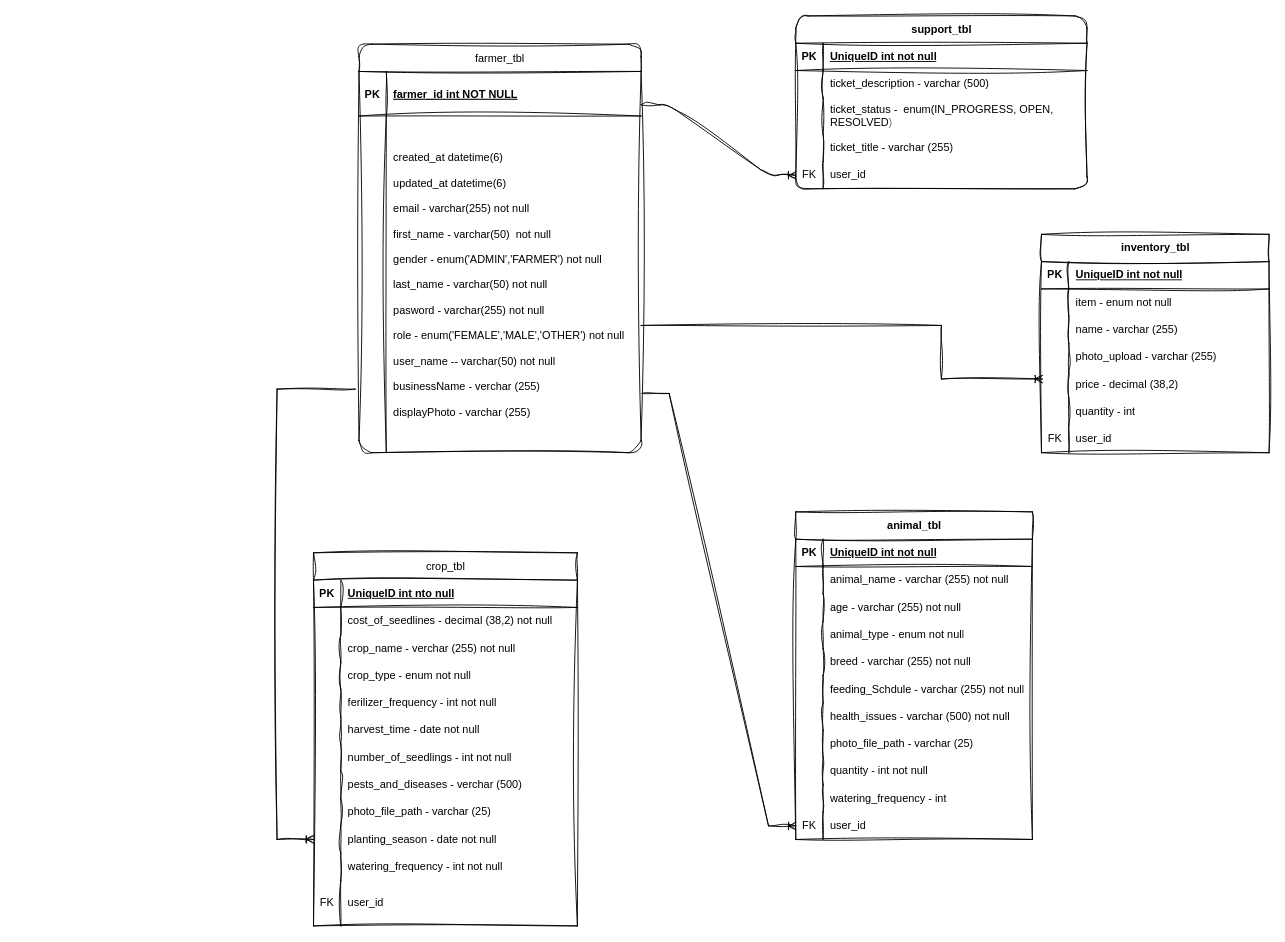
Earlier version of the draw.io diagram ER Diagram.drawio (simon200ok/ifarmer-app). Source tidied: cells renumbered, new cells numbered last; positions are measured from the earlier drawing's top-left corner, leaving out a move shared by most shapes. Both pictures are drawn from the tidied source at 91%, with x=0, y=0 at pixel (277, 15).
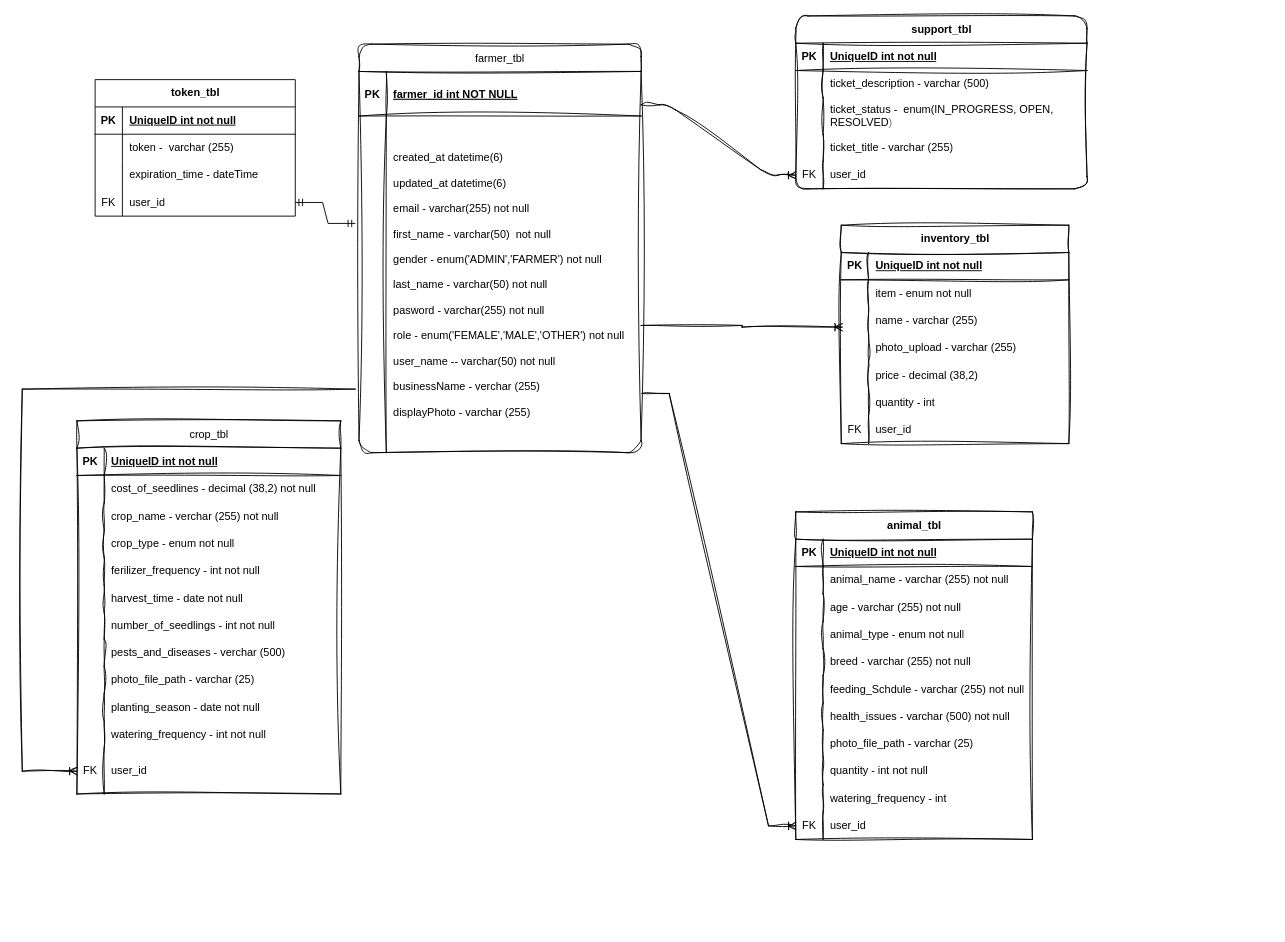
After the change.

Unchanged cells that the change refers to:
```xml
<mxCell id="21" style="shape=tableRow;horizontal=0;startSize=0;swimlaneHead=0;swimlaneBody=0;fillColor=none;top=0;left=0;right=0;bottom=1;sketch=1;hachureGap=4;jiggle=2;curveFitting=1;fontFamily=Helvetica;labelBorderColor=none;labelBackgroundColor=none;" parent="20" vertex="1">
  <mxGeometry y="30" width="290" height="30" as="geometry" />
</mxCell>
<mxCell id="48" style="shape=tableRow;horizontal=0;startSize=0;swimlaneHead=0;swimlaneBody=0;fillColor=none;points=[[0,0.5],[1,0.5]];portConstraint=eastwest;top=0;left=0;right=0;bottom=0;sketch=1;hachureGap=4;jiggle=2;curveFitting=1;fontFamily=Helvetica;labelBorderColor=none;labelBackgroundColor=none;" parent="20" vertex="1">
  <mxGeometry y="300" width="290" height="30" as="geometry" />
</mxCell>
<mxCell id="54" style="shape=tableRow;horizontal=0;startSize=0;swimlaneHead=0;swimlaneBody=0;fillColor=none;points=[[0,0.5],[1,0.5]];portConstraint=eastwest;top=0;left=0;right=0;bottom=0;sketch=1;hachureGap=4;jiggle=2;curveFitting=1;fontFamily=Helvetica;labelBorderColor=none;labelBackgroundColor=none;" parent="20" vertex="1">
  <mxGeometry y="360" width="290" height="50" as="geometry" />
</mxCell>
<mxCell id="100" style="shape=tableRow;horizontal=0;startSize=0;swimlaneHead=0;swimlaneBody=0;fillColor=none;points=[[0,0.5],[1,0.5]];portConstraint=eastwest;top=0;left=0;right=0;bottom=0;sketch=1;hachureGap=4;jiggle=2;curveFitting=1;fontFamily=Helvetica;" parent="93" vertex="1">
  <mxGeometry y="90" width="250" height="30" as="geometry" />
</mxCell>
<mxCell id="106" style="shape=tableRow;horizontal=0;startSize=0;swimlaneHead=0;swimlaneBody=0;fillColor=none;points=[[0,0.5],[1,0.5]];portConstraint=eastwest;top=0;left=0;right=0;bottom=0;sketch=1;hachureGap=4;jiggle=2;curveFitting=1;fontFamily=Helvetica;" parent="93" vertex="1">
  <mxGeometry y="150" width="250" height="30" as="geometry" />
</mxCell>
<mxCell id="120" style="shape=partialRectangle;overflow=hidden;fillColor=none;top=0;left=0;bottom=0;right=0;rounded=1;sketch=1;curveFitting=1;jiggle=2;fontFamily=Helvetica;labelBorderColor=none;labelBackgroundColor=none;" parent="119" vertex="1">
  <mxGeometry width="30" height="370" as="geometry" />
</mxCell>
<mxCell id="121" value="created_at datetime(6)&#10;&#10;updated_at datetime(6)&#10;&#10;email - varchar(255) not null&#10;&#10;first_name - varchar(50)  not null&#10;&#10;gender - enum('ADMIN','FARMER') not null&#10;&#10;last_name - varchar(50) not null&#10;&#10;pasword - varchar(255) not null&#10;&#10;role - enum('FEMALE','MALE','OTHER') not null&#10;&#10;user_name -- varchar(50) not null&#10;&#10;businessName - verchar (255)&#10;&#10;displayPhoto - varchar (255)" style="shape=partialRectangle;overflow=hidden;fillColor=none;top=0;left=0;bottom=0;right=0;align=left;spacingLeft=6;rounded=1;sketch=1;curveFitting=1;jiggle=2;fontStyle=0;fontFamily=Helvetica;labelBorderColor=none;labelBackgroundColor=none;" parent="119" vertex="1">
  <mxGeometry x="30" width="280" height="370" as="geometry" />
</mxCell>
```

Change to the diagram source:
```diff
@@
-    <mxCell id="19" style="fontSize=12;html=1;endArrow=ERoneToMany;rounded=0;sketch=1;hachureGap=4;jiggle=2;curveFitting=1;fontFamily=Helvetica;edgeStyle=orthogonalEdgeStyle;elbow=vertical;labelBorderColor=none;labelBackgroundColor=none;fontColor=default;exitX=-0.133;exitY=0.811;exitDx=0;exitDy=0;exitPerimeter=0;" parent="1" edge="1" source="120" target="48">
+    <mxCell id="19" style="fontSize=12;html=1;endArrow=ERoneToMany;rounded=0;sketch=1;hachureGap=4;jiggle=2;curveFitting=1;fontFamily=Helvetica;edgeStyle=orthogonalEdgeStyle;elbow=vertical;labelBorderColor=none;labelBackgroundColor=none;fontColor=default;exitX=-0.133;exitY=0.811;exitDx=0;exitDy=0;exitPerimeter=0;entryX=0;entryY=0.5;entryDx=0;entryDy=0;" parent="1" edge="1" source="120" target="54">
       <mxGeometry relative="1" as="geometry">
         <Array as="points">
-          <mxPoint y="410" />
-          <mxPoint y="905" />
+          <mxPoint x="-280" y="410" />
+          <mxPoint x="-280" y="830" />
         </Array>
       </mxGeometry>
     </mxCell>
     <mxCell id="20" value="crop_tbl" style="shape=table;startSize=30;childLayout=tableLayout;rowLines=0;align=center;html=1;sketch=1;hachureGap=4;jiggle=2;curveFitting=1;fontFamily=Helvetica;labelBorderColor=none;labelBackgroundColor=none;" parent="1" vertex="1">
-      <mxGeometry x="40" y="590" width="290" height="410" as="geometry" />
+      <mxGeometry x="-220" y="445" width="290" height="410" as="geometry" />
     </mxCell>
@@
-    <mxCell id="23" value="UniqueID int nto null" style="shape=partialRectangle;fillColor=none;top=0;left=0;bottom=0;right=0;align=left;spacingLeft=6;fontStyle=5;overflow=hidden;whiteSpace=wrap;html=1;sketch=1;hachureGap=4;jiggle=2;curveFitting=1;fontFamily=Helvetica;labelBorderColor=none;labelBackgroundColor=none;" parent="21" vertex="1">
+    <mxCell id="23" value="UniqueID int not null" style="shape=partialRectangle;fillColor=none;top=0;left=0;bottom=0;right=0;align=left;spacingLeft=6;fontStyle=5;overflow=hidden;whiteSpace=wrap;html=1;sketch=1;hachureGap=4;jiggle=2;curveFitting=1;fontFamily=Helvetica;labelBorderColor=none;labelBackgroundColor=none;" parent="21" vertex="1">
       <mxGeometry x="30" width="260" height="30" as="geometry" />
     </mxCell>
@@
-    <mxCell id="92" style="edgeStyle=elbowEdgeStyle;fontSize=12;html=1;endArrow=ERoneToMany;rounded=0;sketch=1;hachureGap=4;jiggle=2;curveFitting=1;fontFamily=Helvetica;entryX=0.004;entryY=0.3;entryDx=0;entryDy=0;elbow=horizontal;exitX=1;exitY=0.622;exitDx=0;exitDy=0;exitPerimeter=0;entryPerimeter=0;" parent="1" edge="1" source="121" target="106">
-      <mxGeometry relative="1" as="geometry">
-        <Array as="points">
-          <mxPoint x="730" y="296.5" />
-        </Array>
-      </mxGeometry>
+    <mxCell id="92" style="edgeStyle=elbowEdgeStyle;fontSize=12;html=1;endArrow=ERoneToMany;rounded=0;sketch=1;hachureGap=4;jiggle=2;curveFitting=1;fontFamily=Helvetica;elbow=horizontal;exitX=1;exitY=0.622;exitDx=0;exitDy=0;exitPerimeter=0;entryX=0.004;entryY=0.733;entryDx=0;entryDy=0;entryPerimeter=0;" parent="1" edge="1" source="121" target="100">
+      <mxGeometry relative="1" as="geometry" />
     </mxCell>
     <mxCell id="93" value="inventory_tbl" style="shape=table;startSize=30;childLayout=tableLayout;rowLines=0;fontStyle=1;align=center;html=1;sketch=1;hachureGap=4;jiggle=2;curveFitting=1;fontFamily=Helvetica;" parent="1" vertex="1">
-      <mxGeometry x="840" y="240" width="250" height="240" as="geometry" />
+      <mxGeometry x="620" y="230" width="250" height="240" as="geometry" />
     </mxCell>
@@
+    <mxCell id="122" value="token_tbl" style="shape=table;startSize=30;childLayout=tableLayout;rowLines=0;fontStyle=1;align=center;html=1;" parent="1" vertex="1">
+      <mxGeometry x="-200" y="70" width="220" height="150" as="geometry" />
+    </mxCell>
+    <mxCell id="123" style="shape=tableRow;horizontal=0;startSize=0;swimlaneHead=0;swimlaneBody=0;fillColor=none;top=0;left=0;right=0;bottom=1;" parent="122" vertex="1">
+      <mxGeometry y="30" width="220" height="30" as="geometry" />
+    </mxCell>
+    <mxCell id="124" value="PK" style="shape=partialRectangle;fillColor=none;top=0;left=0;bottom=0;right=0;fontStyle=1;overflow=hidden;whiteSpace=wrap;html=1;" parent="123" vertex="1">
+      <mxGeometry width="30" height="30" as="geometry" />
+    </mxCell>
+    <mxCell id="125" value="UniqueID int not null" style="shape=partialRectangle;fillColor=none;top=0;left=0;bottom=0;right=0;align=left;spacingLeft=6;fontStyle=5;overflow=hidden;whiteSpace=wrap;html=1;" parent="123" vertex="1">
+      <mxGeometry x="30" width="190" height="30" as="geometry" />
+    </mxCell>
+    <mxCell id="126" style="shape=tableRow;horizontal=0;startSize=0;swimlaneHead=0;swimlaneBody=0;fillColor=none;top=0;left=0;right=0;bottom=0;" parent="122" vertex="1">
+      <mxGeometry y="60" width="220" height="30" as="geometry" />
+    </mxCell>
+    <mxCell id="127" style="shape=partialRectangle;fillColor=none;top=0;left=0;bottom=0;right=0;overflow=hidden;whiteSpace=wrap;html=1;" parent="126" vertex="1">
+      <mxGeometry width="30" height="30" as="geometry" />
+    </mxCell>
+    <mxCell id="128" value="token -&amp;nbsp; varchar (255)" style="shape=partialRectangle;fillColor=none;top=0;left=0;bottom=0;right=0;align=left;spacingLeft=6;overflow=hidden;whiteSpace=wrap;html=1;" parent="126" vertex="1">
+      <mxGeometry x="30" width="190" height="30" as="geometry" />
+    </mxCell>
+    <mxCell id="129" style="shape=tableRow;horizontal=0;startSize=0;swimlaneHead=0;swimlaneBody=0;fillColor=none;top=0;left=0;right=0;bottom=0;" parent="122" vertex="1">
+      <mxGeometry y="90" width="220" height="30" as="geometry" />
+    </mxCell>
+    <mxCell id="130" style="shape=partialRectangle;fillColor=none;top=0;left=0;bottom=0;right=0;overflow=hidden;whiteSpace=wrap;html=1;" parent="129" vertex="1">
+      <mxGeometry width="30" height="30" as="geometry" />
+    </mxCell>
+    <mxCell id="131" value="expiration_time - dateTime" style="shape=partialRectangle;fillColor=none;top=0;left=0;bottom=0;right=0;align=left;spacingLeft=6;overflow=hidden;whiteSpace=wrap;html=1;" parent="129" vertex="1">
+      <mxGeometry x="30" width="190" height="30" as="geometry" />
+    </mxCell>
+    <mxCell id="132" style="shape=tableRow;horizontal=0;startSize=0;swimlaneHead=0;swimlaneBody=0;fillColor=none;points=[[0,0.5],[1,0.5]];portConstraint=eastwest;top=0;left=0;right=0;bottom=0;" parent="122" vertex="1">
+      <mxGeometry y="120" width="220" height="30" as="geometry" />
+    </mxCell>
+    <mxCell id="133" value="FK" style="shape=partialRectangle;fillColor=none;top=0;left=0;bottom=0;right=0;overflow=hidden;whiteSpace=wrap;html=1;" parent="132" vertex="1">
+      <mxGeometry width="30" height="30" as="geometry" />
+    </mxCell>
+    <mxCell id="134" value="user_id" style="shape=partialRectangle;fillColor=none;top=0;left=0;bottom=0;right=0;align=left;spacingLeft=6;overflow=hidden;whiteSpace=wrap;html=1;" parent="132" vertex="1">
+      <mxGeometry x="30" width="190" height="30" as="geometry" />
+    </mxCell>
+    <mxCell id="135" style="edgeStyle=entityRelationEdgeStyle;fontSize=12;html=1;endArrow=ERmandOne;startArrow=ERmandOne;rounded=0;entryX=-0.133;entryY=0.319;entryDx=0;entryDy=0;entryPerimeter=0;exitX=1;exitY=0.5;exitDx=0;exitDy=0;" parent="1" edge="1" source="132" target="120">
+      <mxGeometry relative="1" as="geometry" />
+    </mxCell>
```
